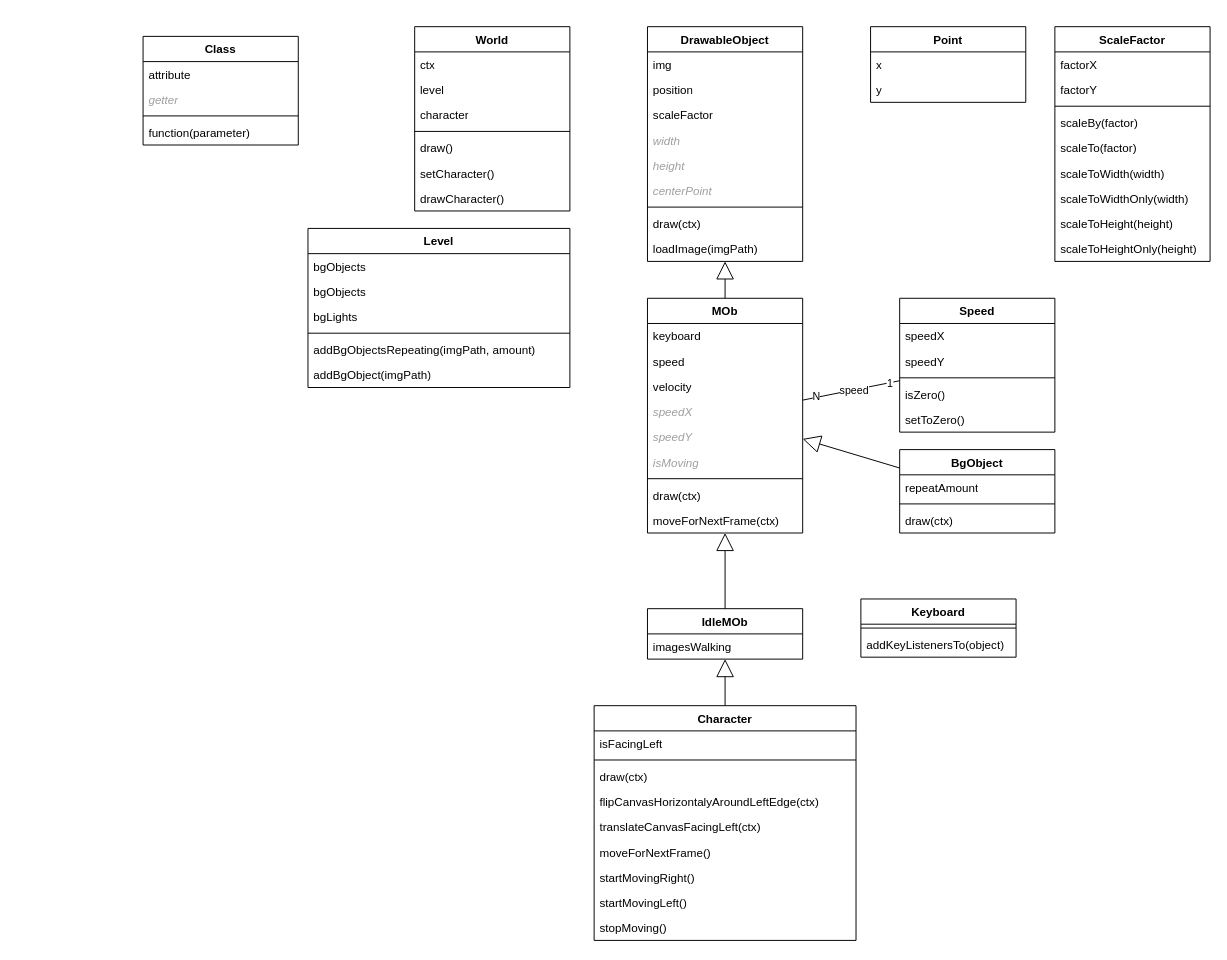
Before: uml/Sharky-ClassDiagram.drawio in ReinhardWansch/Sharky-DeveloperAkademie, a draw.io diagram. Source tidied: cells renumbered, new cells numbered last; positions are measured from the earlier drawing's top-left corner, leaving out a move shared by most shapes. Both pictures are drawn from the tidied source at 97%, with x=0, y=0 at pixel (143, 26).
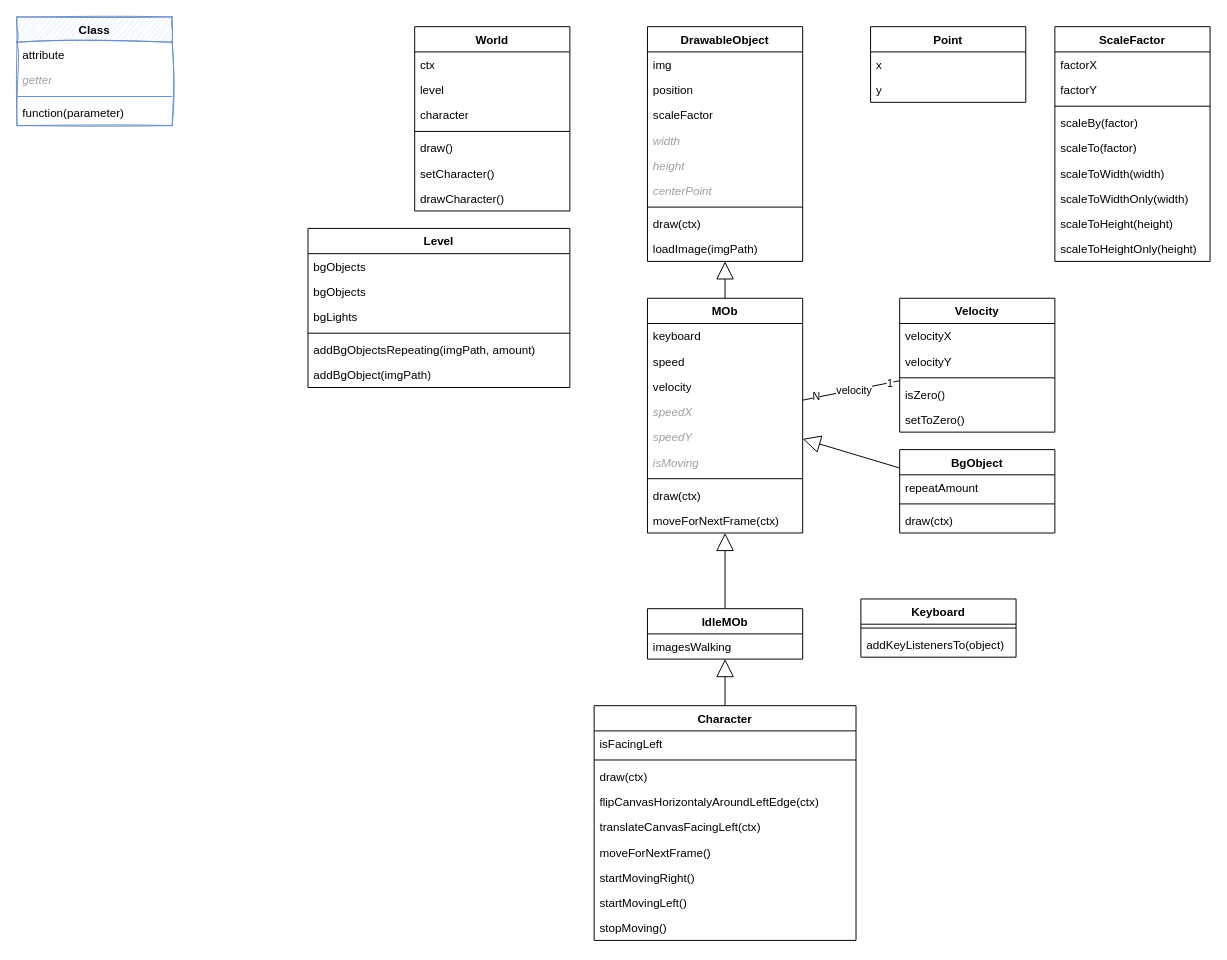
After the change.

Unchanged cells that the change refers to:
```xml
<mxCell id="65" style="rounded=0;jettySize=auto;html=1;endArrow=none;startFill=0;" parent="1" edge="1" source="69" target="2">
  <mxGeometry relative="1" as="geometry" />
</mxCell>
```

Change to the diagram source:
```diff
@@
-    <mxCell id="68" value="speed" style="edgeLabel;html=1;align=center;verticalAlign=middle;" parent="65" vertex="1">
+    <mxCell id="68" value="velocity" style="edgeLabel;html=1;align=center;verticalAlign=middle;" parent="65" vertex="1">
       <mxGeometry x="-0.05" relative="1" as="geometry" />
     </mxCell>
-    <mxCell id="69" value="Speed" style="swimlane;fontStyle=1;align=center;verticalAlign=top;horizontal=1;startSize=26;whiteSpace=wrap;html=1;" parent="1" vertex="1">
+    <mxCell id="69" value="Velocity" style="swimlane;fontStyle=1;align=center;verticalAlign=top;horizontal=1;startSize=26;whiteSpace=wrap;html=1;" parent="1" vertex="1">
       <mxGeometry x="780" y="280" width="160" height="138" as="geometry" />
     </mxCell>
-    <mxCell id="70" value="speedX" style="text;strokeColor=none;fillColor=none;align=left;verticalAlign=top;spacingLeft=4;spacingRight=4;overflow=hidden;whiteSpace=wrap;html=1;" parent="69" vertex="1">
+    <mxCell id="70" value="velocityX" style="text;strokeColor=none;fillColor=none;align=left;verticalAlign=top;spacingLeft=4;spacingRight=4;overflow=hidden;whiteSpace=wrap;html=1;" parent="69" vertex="1">
       <mxGeometry y="26" width="160" height="26" as="geometry" />
     </mxCell>
-    <mxCell id="71" value="speedY" style="text;strokeColor=none;fillColor=none;align=left;verticalAlign=top;spacingLeft=4;spacingRight=4;overflow=hidden;whiteSpace=wrap;html=1;" parent="69" vertex="1">
+    <mxCell id="71" value="velocityY" style="text;strokeColor=none;fillColor=none;align=left;verticalAlign=top;spacingLeft=4;spacingRight=4;overflow=hidden;whiteSpace=wrap;html=1;" parent="69" vertex="1">
       <mxGeometry y="52" width="160" height="26" as="geometry" />
     </mxCell>
@@
-    <mxCell id="83" value="Class" style="swimlane;fontStyle=1;align=center;verticalAlign=top;horizontal=1;startSize=26;whiteSpace=wrap;html=1;" parent="1" vertex="1">
-      <mxGeometry y="10" width="160" height="112" as="geometry" />
+    <mxCell id="83" value="Class" style="swimlane;fontStyle=1;align=center;verticalAlign=top;horizontal=1;startSize=26;whiteSpace=wrap;html=1;sketch=1;curveFitting=1;jiggle=2;fillColor=#dae8fc;strokeColor=#6c8ebf;" parent="1" vertex="1">
+      <mxGeometry x="-130" y="-10" width="160" height="112" as="geometry" />
     </mxCell>
```
